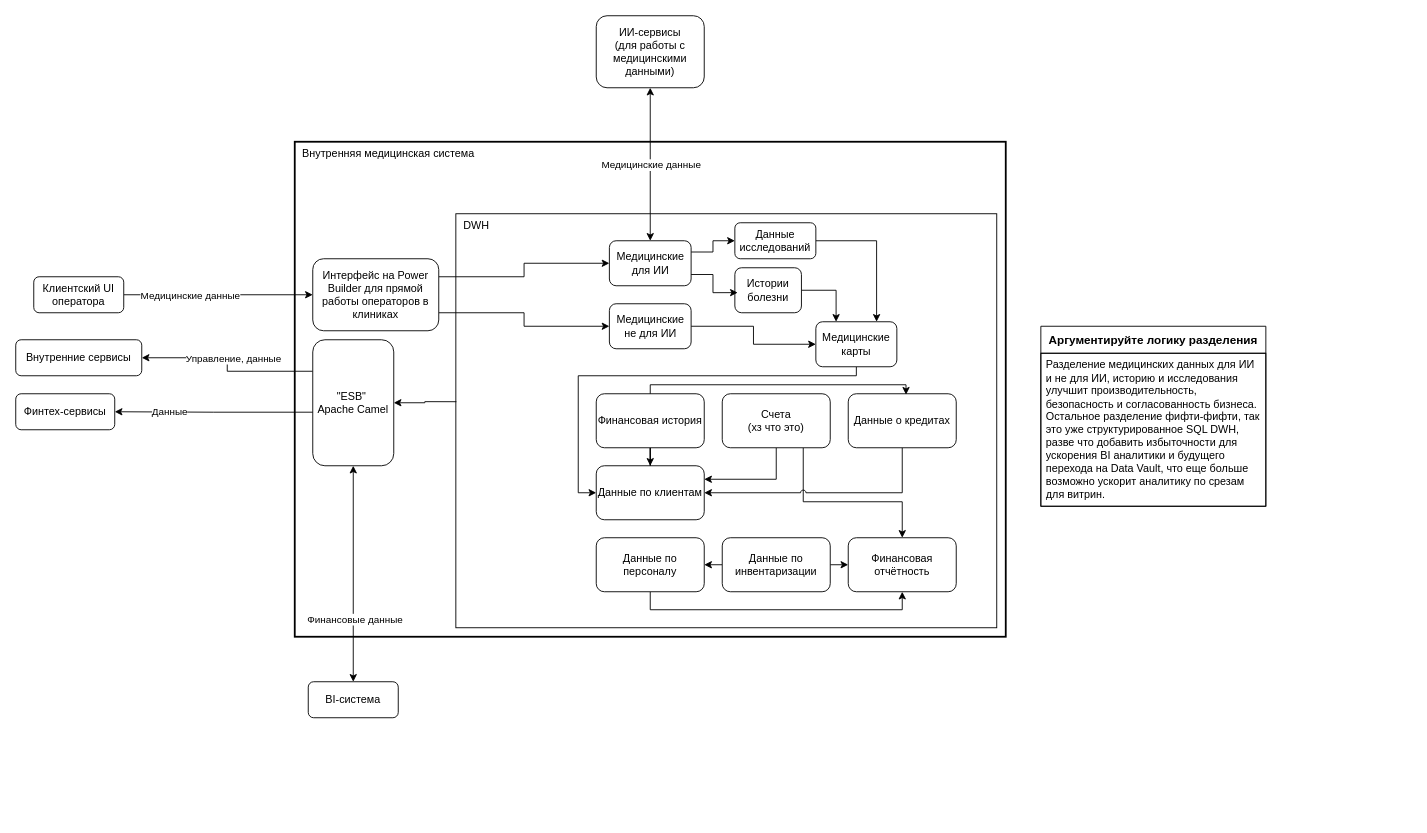
Earlier version of the draw.io diagram Exc2/Задание 2.drawio (botcser/architecture-sprint-11). Source tidied: cells renumbered, new cells numbered last; positions are measured from the earlier drawing's top-left corner, leaving out a move shared by most shapes. Both pictures are drawn from the tidied source at 90%, with x=0, y=0 at pixel (15, 15).
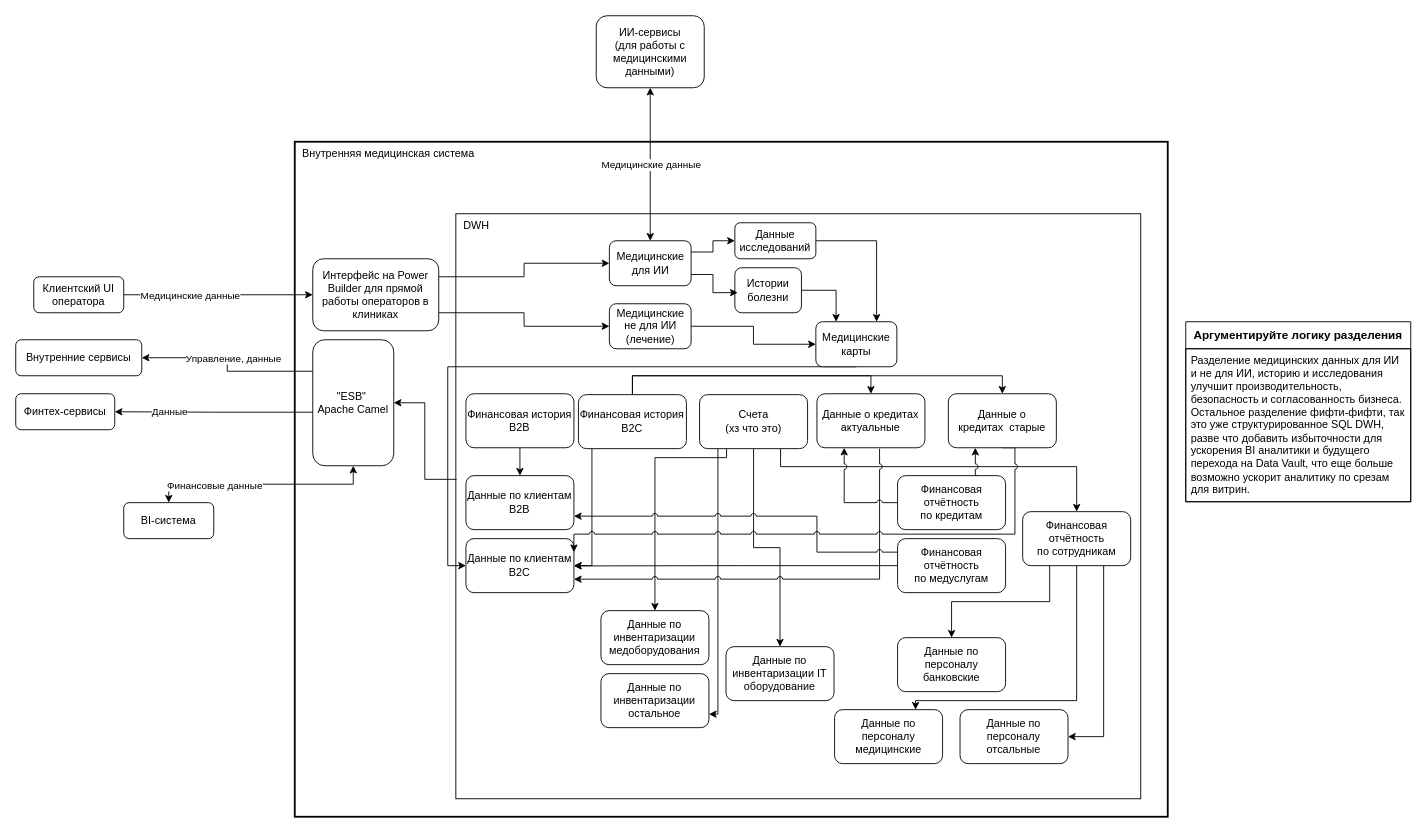
The same diagram, later.

Unchanged cells that the change refers to:
```xml
<mxCell id="45" value="Медицинские&lt;div&gt;&amp;nbsp;карты&amp;nbsp;&lt;/div&gt;" style="rounded=1;whiteSpace=wrap;html=1;" parent="1" vertex="1">
  <mxGeometry x="889" y="340" width="90" height="50" as="geometry" />
</mxCell>
```

Change to the diagram source:
```diff
@@
     <mxCell id="2" value="&amp;nbsp; Внутренняя медицинская система" style="whiteSpace=wrap;html=1;align=left;verticalAlign=top;strokeWidth=2;" parent="1" vertex="1">
-      <mxGeometry x="310" y="140" width="790" height="550" as="geometry" />
+      <mxGeometry x="310" y="140" width="970" height="750" as="geometry" />
     </mxCell>
     <mxCell id="3" value="&amp;nbsp; DWH" style="rounded=0;whiteSpace=wrap;html=1;verticalAlign=top;align=left;" parent="1" vertex="1">
-      <mxGeometry x="489" y="220" width="601" height="460" as="geometry" />
+      <mxGeometry x="489" y="220" width="761" height="650" as="geometry" />
     </mxCell>
@@
     <mxCell id="16" value="BI-система" style="rounded=1;whiteSpace=wrap;html=1;" parent="1" vertex="1">
-      <mxGeometry x="325" y="740" width="100" height="40" as="geometry" />
+      <mxGeometry x="120" y="541" width="100" height="40" as="geometry" />
     </mxCell>
@@
     <mxCell id="23" value="&lt;span style=&quot;font-size: 13px; font-weight: 700; background-color: rgb(255, 255, 255);&quot;&gt;Аргументируйте логику разделения&lt;/span&gt;" style="swimlane;fontStyle=0;horizontal=1;startSize=30;whiteSpace=wrap;html=1;" parent="1" vertex="1">
-      <mxGeometry x="1139" y="345" width="250" height="200" as="geometry" />
+      <mxGeometry x="1300" y="340" width="250" height="200" as="geometry" />
     </mxCell>
@@
-    <mxCell id="29" value="Медицинские не для ИИ" style="rounded=1;whiteSpace=wrap;html=1;" parent="1" vertex="1">
+    <mxCell id="29" value="Медицинские не для ИИ&lt;div&gt;(лечение)&lt;/div&gt;" style="rounded=1;whiteSpace=wrap;html=1;" parent="1" vertex="1">
       <mxGeometry x="659.6" y="320" width="90.8" height="50" as="geometry" />
     </mxCell>
-    <mxCell id="30" value="Данные по клиентам" style="rounded=1;whiteSpace=wrap;html=1;" parent="1" vertex="1">
-      <mxGeometry x="645" y="500" width="120" height="60" as="geometry" />
-    </mxCell>
-    <mxCell id="31" style="edgeStyle=orthogonalEdgeStyle;rounded=0;jettySize=auto;html=1;entryX=0.5;entryY=0;entryDx=0;entryDy=0;" parent="1" edge="1" source="32" target="30">
-      <mxGeometry relative="1" as="geometry" />
-    </mxCell>
-    <mxCell id="32" value="Финансовая история" style="rounded=1;whiteSpace=wrap;html=1;" parent="1" vertex="1">
-      <mxGeometry x="645" y="420" width="120" height="60" as="geometry" />
-    </mxCell>
-    <mxCell id="33" style="edgeStyle=orthogonalEdgeStyle;rounded=0;jettySize=auto;html=1;exitX=0.5;exitY=1;exitDx=0;exitDy=0;entryX=1;entryY=0.25;entryDx=0;entryDy=0;" parent="1" edge="1" source="35" target="30">
-      <mxGeometry relative="1" as="geometry" />
-    </mxCell>
-    <mxCell id="34" style="edgeStyle=orthogonalEdgeStyle;rounded=0;jettySize=auto;html=1;exitX=0.75;exitY=1;exitDx=0;exitDy=0;entryX=0.5;entryY=0;entryDx=0;entryDy=0;jumpStyle=arc;" parent="1" edge="1" source="35" target="43">
-      <mxGeometry relative="1" as="geometry">
-        <Array as="points">
-          <mxPoint x="875" y="540" />
-          <mxPoint x="985" y="540" />
-        </Array>
-      </mxGeometry>
-    </mxCell>
+    <mxCell id="52" style="edgeStyle=orthogonalEdgeStyle;rounded=0;jettySize=auto;html=1;exitX=0.75;exitY=1;exitDx=0;exitDy=0;entryX=0.5;entryY=0;entryDx=0;entryDy=0;" parent="1" edge="1" source="35" target="70">
+      <mxGeometry relative="1" as="geometry">
+        <Array as="points">
+          <mxPoint x="850.2" y="501" />
+          <mxPoint x="1179.2" y="501" />
+        </Array>
+      </mxGeometry>
+    </mxCell>
+    <mxCell id="53" style="edgeStyle=orthogonalEdgeStyle;rounded=0;jettySize=auto;html=1;exitX=0.5;exitY=1;exitDx=0;exitDy=0;entryX=0.5;entryY=0;entryDx=0;entryDy=0;" parent="1" edge="1" source="35" target="73">
+      <mxGeometry relative="1" as="geometry" />
+    </mxCell>
+    <mxCell id="54" style="edgeStyle=orthogonalEdgeStyle;rounded=0;jettySize=auto;html=1;exitX=0.25;exitY=1;exitDx=0;exitDy=0;entryX=0.5;entryY=0;entryDx=0;entryDy=0;" parent="1" edge="1" source="35" target="71">
+      <mxGeometry relative="1" as="geometry">
+        <Array as="points">
+          <mxPoint x="790.2" y="491" />
+          <mxPoint x="710.2" y="491" />
+        </Array>
+      </mxGeometry>
+    </mxCell>
+    <mxCell id="55" style="edgeStyle=orthogonalEdgeStyle;rounded=0;jettySize=auto;html=1;entryX=1;entryY=0.75;entryDx=0;entryDy=0;" parent="1" edge="1" source="35" target="72">
+      <mxGeometry relative="1" as="geometry">
+        <Array as="points">
+          <mxPoint x="780.2" y="776" />
+        </Array>
+      </mxGeometry>
+    </mxCell>
     <mxCell id="35" value="Счета&lt;div&gt;(хз что это)&lt;/div&gt;" style="rounded=1;whiteSpace=wrap;html=1;" parent="1" vertex="1">
-      <mxGeometry x="785" y="420" width="120" height="60" as="geometry" />
+      <mxGeometry x="759.8" y="421" width="120" height="60" as="geometry" />
     </mxCell>
-    <mxCell id="36" style="edgeStyle=orthogonalEdgeStyle;rounded=0;jettySize=auto;html=1;entryX=1;entryY=0.5;entryDx=0;entryDy=0;jumpStyle=arc;" parent="1" edge="1" source="37" target="30">
+    <mxCell id="36" style="edgeStyle=orthogonalEdgeStyle;rounded=0;jettySize=auto;html=1;entryX=1;entryY=0.75;entryDx=0;entryDy=0;jumpStyle=arc;" parent="1" edge="1" target="58">
       <mxGeometry relative="1" as="geometry">
+        <mxPoint x="959.8" y="481" as="sourcePoint" />
         <Array as="points">
-          <mxPoint x="985" y="530" />
+          <mxPoint x="960.2" y="626" />
         </Array>
       </mxGeometry>
     </mxCell>
-    <mxCell id="37" value="Данные о кредитах" style="rounded=1;whiteSpace=wrap;html=1;" parent="1" vertex="1">
-      <mxGeometry x="925" y="420" width="120" height="60" as="geometry" />
-    </mxCell>
-    <mxCell id="38" style="edgeStyle=orthogonalEdgeStyle;rounded=0;jettySize=auto;html=1;entryX=0.5;entryY=1;entryDx=0;entryDy=0;" parent="1" edge="1" source="39" target="43">
-      <mxGeometry relative="1" as="geometry">
-        <Array as="points">
-          <mxPoint x="705" y="660" />
-          <mxPoint x="985" y="660" />
-        </Array>
-      </mxGeometry>
-    </mxCell>
-    <mxCell id="39" value="Данные по персоналу" style="rounded=1;whiteSpace=wrap;html=1;" parent="1" vertex="1">
-      <mxGeometry x="645" y="580" width="120" height="60" as="geometry" />
-    </mxCell>
-    <mxCell id="40" style="edgeStyle=orthogonalEdgeStyle;rounded=0;jettySize=auto;html=1;exitX=0;exitY=0.5;exitDx=0;exitDy=0;entryX=1;entryY=0.5;entryDx=0;entryDy=0;" parent="1" edge="1" source="42" target="39">
-      <mxGeometry relative="1" as="geometry" />
-    </mxCell>
-    <mxCell id="41" style="edgeStyle=orthogonalEdgeStyle;rounded=0;jettySize=auto;html=1;exitX=1;exitY=0.5;exitDx=0;exitDy=0;entryX=0;entryY=0.5;entryDx=0;entryDy=0;" parent="1" edge="1" source="42" target="43">
-      <mxGeometry relative="1" as="geometry" />
-    </mxCell>
-    <mxCell id="42" value="Данные по инвентаризации" style="rounded=1;whiteSpace=wrap;html=1;" parent="1" vertex="1">
-      <mxGeometry x="785" y="580" width="120" height="60" as="geometry" />
-    </mxCell>
-    <mxCell id="43" value="Финансовая отчётность" style="rounded=1;whiteSpace=wrap;html=1;" parent="1" vertex="1">
-      <mxGeometry x="925" y="580" width="120" height="60" as="geometry" />
-    </mxCell>
-    <mxCell id="44" style="edgeStyle=orthogonalEdgeStyle;rounded=0;jettySize=auto;html=1;exitX=0.5;exitY=1;exitDx=0;exitDy=0;entryX=0;entryY=0.5;entryDx=0;entryDy=0;" parent="1" edge="1" source="45" target="30">
-      <mxGeometry relative="1" as="geometry">
-        <Array as="points">
-          <mxPoint x="934" y="400" />
-          <mxPoint x="625" y="400" />
-          <mxPoint x="625" y="530" />
-        </Array>
-      </mxGeometry>
-    </mxCell>
+    <mxCell id="56" style="edgeStyle=orthogonalEdgeStyle;rounded=0;jettySize=auto;html=1;exitX=0.5;exitY=1;exitDx=0;exitDy=0;entryX=0;entryY=0.5;entryDx=0;entryDy=0;" parent="1" edge="1" source="45" target="58">
+      <mxGeometry relative="1" as="geometry">
+        <Array as="points">
+          <mxPoint x="480" y="390" />
+          <mxPoint x="480" y="611" />
+        </Array>
+      </mxGeometry>
+    </mxCell>
@@
-    <mxCell id="51" style="edgeStyle=orthogonalEdgeStyle;rounded=0;jettySize=auto;html=1;entryX=0.535;entryY=0.017;entryDx=0;entryDy=0;entryPerimeter=0;" parent="1" edge="1" source="32" target="37">
-      <mxGeometry relative="1" as="geometry">
-        <Array as="points">
-          <mxPoint x="705" y="410" />
-          <mxPoint x="989" y="410" />
-        </Array>
-      </mxGeometry>
-    </mxCell>
+    <mxCell id="57" value="Данные по клиентам&lt;div&gt;B2B&lt;/div&gt;" style="rounded=1;whiteSpace=wrap;html=1;" parent="1" vertex="1">
+      <mxGeometry x="500.2" y="511" width="120" height="60" as="geometry" />
+    </mxCell>
+    <mxCell id="58" value="Данные по клиентам&lt;div&gt;B2C&lt;/div&gt;" style="rounded=1;whiteSpace=wrap;html=1;" parent="1" vertex="1">
+      <mxGeometry x="500.2" y="581" width="120" height="60" as="geometry" />
+    </mxCell>
+    <mxCell id="59" value="Данные по персоналу медицинские" style="rounded=1;whiteSpace=wrap;html=1;" parent="1" vertex="1">
+      <mxGeometry x="909.8" y="771" width="120" height="60" as="geometry" />
+    </mxCell>
+    <mxCell id="60" value="Данные по персоналу отсальные" style="rounded=1;whiteSpace=wrap;html=1;" parent="1" vertex="1">
+      <mxGeometry x="1049.2" y="771" width="120" height="60" as="geometry" />
+    </mxCell>
+    <mxCell id="61" style="edgeStyle=orthogonalEdgeStyle;rounded=0;jettySize=auto;html=1;jumpStyle=arc;" parent="1" edge="1" source="63" target="81">
+      <mxGeometry relative="1" as="geometry">
+        <Array as="points">
+          <mxPoint x="920.5" y="541" />
+        </Array>
+      </mxGeometry>
+    </mxCell>
+    <mxCell id="62" style="edgeStyle=orthogonalEdgeStyle;rounded=0;jettySize=auto;html=1;exitX=0.75;exitY=0;exitDx=0;exitDy=0;entryX=0.25;entryY=1;entryDx=0;entryDy=0;jumpStyle=arc;" parent="1" edge="1" source="63" target="83">
+      <mxGeometry relative="1" as="geometry" />
+    </mxCell>
+    <mxCell id="63" value="Финансовая отчётность&lt;br&gt;&lt;div&gt;по кредитам&lt;/div&gt;" style="rounded=1;whiteSpace=wrap;html=1;" parent="1" vertex="1">
+      <mxGeometry x="979.8" y="511" width="120" height="60" as="geometry" />
+    </mxCell>
+    <mxCell id="64" style="edgeStyle=orthogonalEdgeStyle;rounded=0;jettySize=auto;html=1;exitX=0;exitY=0.5;exitDx=0;exitDy=0;" parent="1" edge="1" source="66">
+      <mxGeometry relative="1" as="geometry">
+        <mxPoint x="620.2" y="611.3" as="targetPoint" />
+      </mxGeometry>
+    </mxCell>
+    <mxCell id="65" style="edgeStyle=orthogonalEdgeStyle;rounded=0;jettySize=auto;html=1;exitX=0;exitY=0.25;exitDx=0;exitDy=0;entryX=1;entryY=0.75;entryDx=0;entryDy=0;jumpStyle=arc;" parent="1" edge="1" source="66" target="57">
+      <mxGeometry relative="1" as="geometry">
+        <Array as="points">
+          <mxPoint x="890.2" y="596" />
+          <mxPoint x="890.2" y="556" />
+        </Array>
+      </mxGeometry>
+    </mxCell>
+    <mxCell id="66" value="Финансовая отчётность&lt;br&gt;&lt;div&gt;по медуслугам&lt;/div&gt;" style="rounded=1;whiteSpace=wrap;html=1;" parent="1" vertex="1">
+      <mxGeometry x="979.8" y="581" width="120" height="60" as="geometry" />
+    </mxCell>
+    <mxCell id="67" style="edgeStyle=orthogonalEdgeStyle;rounded=0;jettySize=auto;html=1;exitX=0.25;exitY=1;exitDx=0;exitDy=0;entryX=0.5;entryY=0;entryDx=0;entryDy=0;" parent="1" edge="1" source="70" target="74">
+      <mxGeometry relative="1" as="geometry" />
+    </mxCell>
+    <mxCell id="68" style="edgeStyle=orthogonalEdgeStyle;rounded=0;jettySize=auto;html=1;exitX=0.5;exitY=1;exitDx=0;exitDy=0;entryX=0.75;entryY=0;entryDx=0;entryDy=0;" parent="1" edge="1" source="70" target="59">
+      <mxGeometry relative="1" as="geometry">
+        <Array as="points">
+          <mxPoint x="1179.2" y="761" />
+          <mxPoint x="1000.2" y="761" />
+        </Array>
+      </mxGeometry>
+    </mxCell>
+    <mxCell id="69" style="edgeStyle=orthogonalEdgeStyle;rounded=0;jettySize=auto;html=1;exitX=0.75;exitY=1;exitDx=0;exitDy=0;entryX=1;entryY=0.5;entryDx=0;entryDy=0;" parent="1" edge="1" source="70" target="60">
+      <mxGeometry relative="1" as="geometry" />
+    </mxCell>
+    <mxCell id="70" value="Финансовая отчётность&lt;br&gt;&lt;div&gt;по сотрудникам&lt;/div&gt;" style="rounded=1;whiteSpace=wrap;html=1;" parent="1" vertex="1">
+      <mxGeometry x="1118.8" y="551" width="120" height="60" as="geometry" />
+    </mxCell>
+    <mxCell id="71" value="Данные по инвентаризации медоборудования" style="rounded=1;whiteSpace=wrap;html=1;" parent="1" vertex="1">
+      <mxGeometry x="650.2" y="661" width="120" height="60" as="geometry" />
+    </mxCell>
+    <mxCell id="72" value="Данные по инвентаризации остальное" style="rounded=1;whiteSpace=wrap;html=1;" parent="1" vertex="1">
+      <mxGeometry x="650.2" y="731" width="120" height="60" as="geometry" />
+    </mxCell>
+    <mxCell id="73" value="Данные по инвентаризации IT оборудование" style="rounded=1;whiteSpace=wrap;html=1;" parent="1" vertex="1">
+      <mxGeometry x="789.2" y="701" width="120" height="60" as="geometry" />
+    </mxCell>
+    <mxCell id="74" value="Данные по персоналу банковские" style="rounded=1;whiteSpace=wrap;html=1;" parent="1" vertex="1">
+      <mxGeometry x="979.8" y="691" width="120" height="60" as="geometry" />
+    </mxCell>
+    <mxCell id="75" style="edgeStyle=orthogonalEdgeStyle;rounded=0;jettySize=auto;html=1;exitX=0.5;exitY=1;exitDx=0;exitDy=0;entryX=0.5;entryY=0;entryDx=0;entryDy=0;" parent="1" edge="1" source="76" target="57">
+      <mxGeometry relative="1" as="geometry" />
+    </mxCell>
+    <mxCell id="76" value="Финансовая история&lt;br&gt;&lt;div&gt;B2B&lt;/div&gt;" style="rounded=1;whiteSpace=wrap;html=1;" parent="1" vertex="1">
+      <mxGeometry x="500.2" y="420" width="120" height="60" as="geometry" />
+    </mxCell>
+    <mxCell id="77" style="edgeStyle=orthogonalEdgeStyle;rounded=0;jettySize=auto;html=1;exitX=0.5;exitY=0;exitDx=0;exitDy=0;entryX=0.5;entryY=0;entryDx=0;entryDy=0;" parent="1" edge="1" source="80" target="81">
+      <mxGeometry relative="1" as="geometry" />
+    </mxCell>
+    <mxCell id="78" style="edgeStyle=orthogonalEdgeStyle;rounded=0;jettySize=auto;html=1;exitX=0.5;exitY=0;exitDx=0;exitDy=0;entryX=0.5;entryY=0;entryDx=0;entryDy=0;" parent="1" edge="1" source="80" target="83">
+      <mxGeometry relative="1" as="geometry" />
+    </mxCell>
+    <mxCell id="79" style="edgeStyle=orthogonalEdgeStyle;rounded=0;jettySize=auto;html=1;entryX=1;entryY=0.5;entryDx=0;entryDy=0;" parent="1" edge="1" source="80" target="58">
+      <mxGeometry relative="1" as="geometry">
+        <Array as="points">
+          <mxPoint x="640.2" y="611" />
+        </Array>
+      </mxGeometry>
+    </mxCell>
+    <mxCell id="80" value="Финансовая история&lt;br&gt;&lt;div&gt;B2C&lt;/div&gt;" style="rounded=1;whiteSpace=wrap;html=1;" parent="1" vertex="1">
+      <mxGeometry x="625.2" y="421" width="120" height="60" as="geometry" />
+    </mxCell>
+    <mxCell id="81" value="Данные о кредитах актуальные" style="rounded=1;whiteSpace=wrap;html=1;" parent="1" vertex="1">
+      <mxGeometry x="890.2" y="420" width="120" height="60" as="geometry" />
+    </mxCell>
+    <mxCell id="82" style="edgeStyle=orthogonalEdgeStyle;rounded=0;jettySize=auto;html=1;exitX=0.5;exitY=1;exitDx=0;exitDy=0;entryX=1;entryY=0.25;entryDx=0;entryDy=0;jumpStyle=arc;" parent="1" edge="1" source="83" target="58">
+      <mxGeometry relative="1" as="geometry">
+        <Array as="points">
+          <mxPoint x="1110.2" y="480" />
+          <mxPoint x="1110.2" y="576" />
+          <mxPoint x="620.2" y="576" />
+        </Array>
+      </mxGeometry>
+    </mxCell>
+    <mxCell id="83" value="Данные о кредитах&amp;nbsp;&amp;nbsp;старые" style="rounded=1;whiteSpace=wrap;html=1;" parent="1" vertex="1">
+      <mxGeometry x="1036.2" y="420" width="120" height="60" as="geometry" />
+    </mxCell>
```
